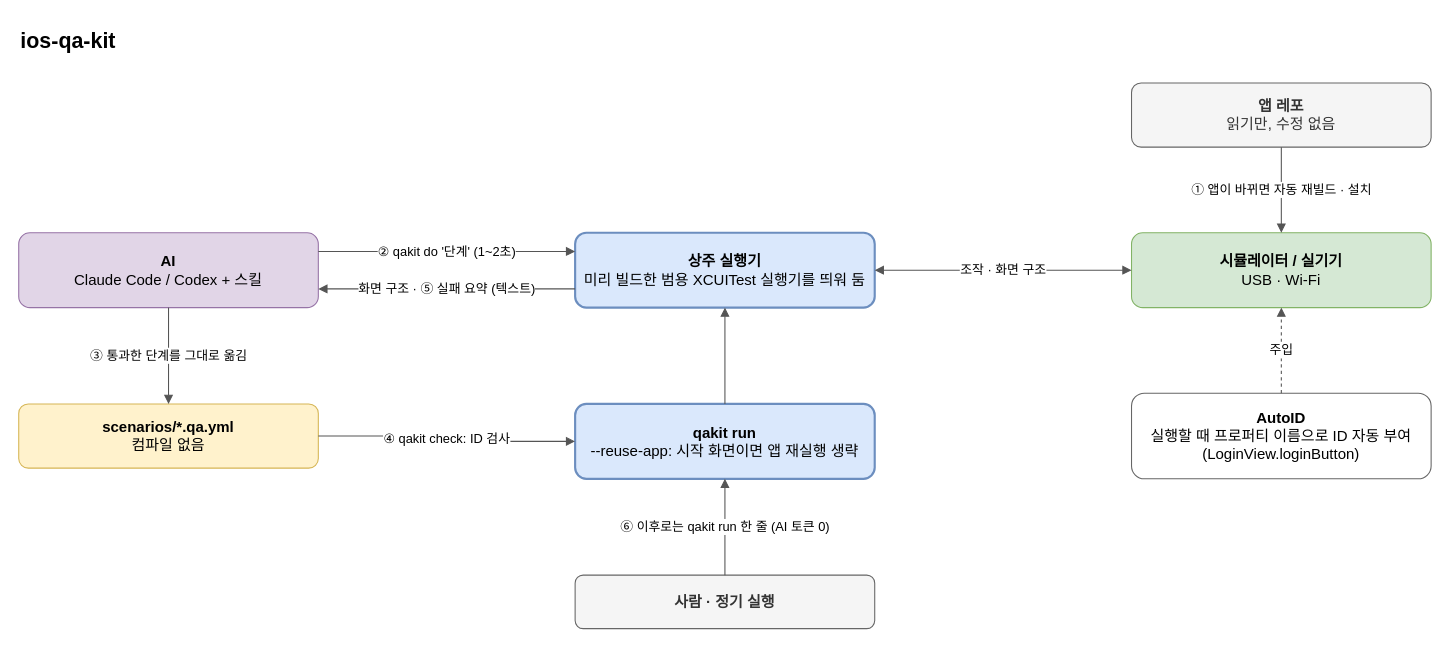
Before: docs/images/architecture-qakit.drawio in indextrown/ios-qa-kit, a draw.io diagram. Source tidied: cells renumbered, new cells numbered last; positions are measured from the earlier drawing's top-left corner, leaving out a move shared by most shapes. Both pictures are drawn from the tidied source at 107%, with x=0, y=0 at pixel (18, 18).
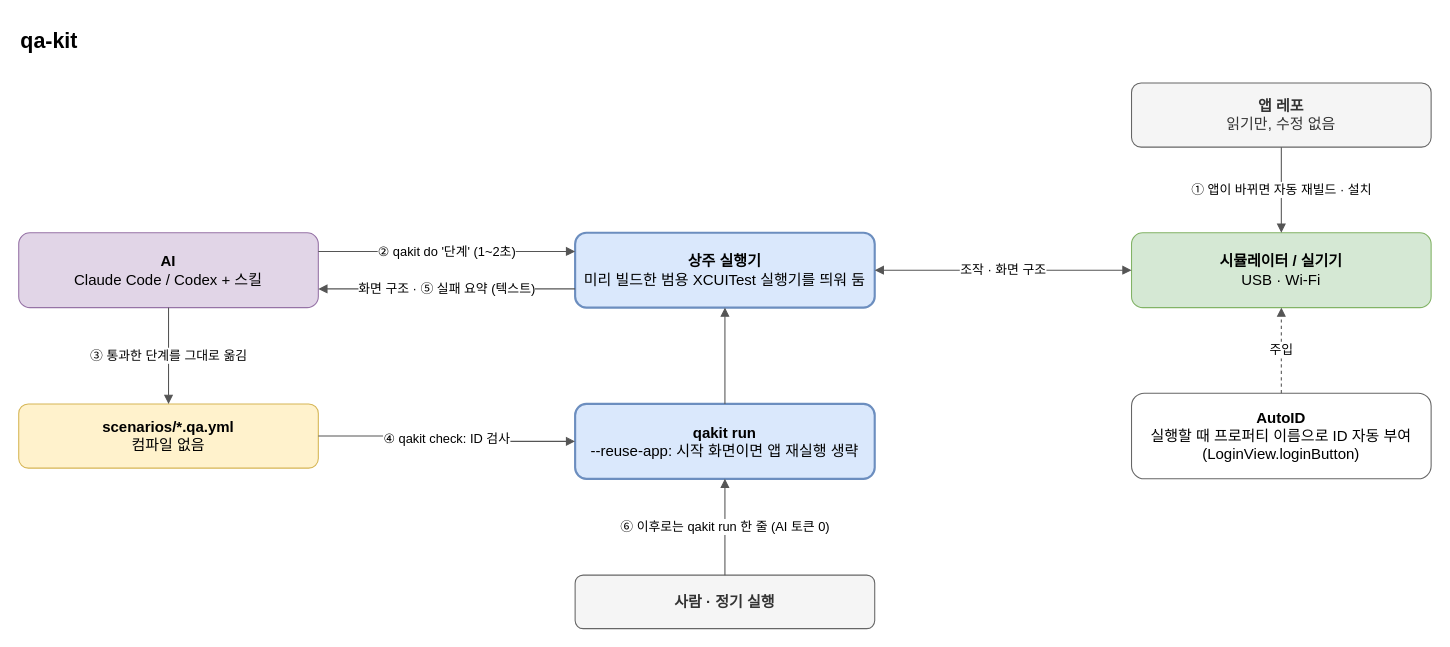
Above is the later version.

The edit, as a diff of the source:
```diff
@@
 <mxGraphModel background="#ffffff">
   <root>
     <mxCell id="0" />
     <mxCell id="1" parent="0" />
-    <mxCell id="2" value="ios-qa-kit" style="text;html=1;align=left;verticalAlign=middle;fontStyle=1;fontSize=20;fontFamily=Apple SD Gothic Neo;" parent="1" vertex="1">
+    <mxCell id="2" value="qa-kit" style="text;html=1;align=left;verticalAlign=middle;fontStyle=1;fontSize=20;fontFamily=Apple SD Gothic Neo;" parent="1" vertex="1">
       <mxGeometry width="400" height="40" as="geometry" />
     </mxCell>
     <mxCell id="3" value="&lt;b&gt;앱 레포&lt;/b&gt;&lt;br&gt;읽기만, 수정 없음" style="rounded=1;whiteSpace=wrap;html=1;fillColor=#f5f5f5;strokeColor=#666666;fontColor=#333333;fontFamily=Apple SD Gothic Neo;fontSize=14;" parent="1" vertex="1">
       <mxGeometry x="1040" y="60" width="280" height="60" as="geometry" />
     </mxCell>
     <mxCell id="4" value="&lt;b&gt;시뮬레이터 / 실기기&lt;/b&gt;&lt;br&gt;USB · Wi-Fi" style="rounded=1;whiteSpace=wrap;html=1;fillColor=#d5e8d4;strokeColor=#82b366;fontFamily=Apple SD Gothic Neo;fontSize=14;" parent="1" vertex="1">
       <mxGeometry x="1040" y="200" width="280" height="70" as="geometry" />
     </mxCell>
     <mxCell id="5" value="&lt;b&gt;AutoID&lt;/b&gt;&lt;br&gt;실행할 때 프로퍼티 이름으로 ID 자동 부여&lt;br&gt;(LoginView.loginButton)" style="rounded=1;whiteSpace=wrap;html=1;fillColor=#ffffff;strokeColor=#666666;fontFamily=Apple SD Gothic Neo;fontSize=14;" parent="1" vertex="1">
       <mxGeometry x="1040" y="350" width="280" height="80" as="geometry" />
     </mxCell>
     <mxCell id="6" value="&lt;b&gt;상주 실행기&lt;/b&gt;&lt;br&gt;미리 빌드한 범용 XCUITest 실행기를 띄워 둠" style="rounded=1;whiteSpace=wrap;html=1;fillColor=#dae8fc;strokeColor=#6c8ebf;strokeWidth=2;fontFamily=Apple SD Gothic Neo;fontSize=14;" parent="1" vertex="1">
       <mxGeometry x="520" y="200" width="280" height="70" as="geometry" />
     </mxCell>
     <mxCell id="7" value="&lt;b&gt;AI&lt;/b&gt;&lt;br&gt;Claude Code / Codex + 스킬" style="rounded=1;whiteSpace=wrap;html=1;fillColor=#e1d5e7;strokeColor=#9673a6;fontFamily=Apple SD Gothic Neo;fontSize=14;" parent="1" vertex="1">
       <mxGeometry y="200" width="280" height="70" as="geometry" />
     </mxCell>
     <mxCell id="8" value="&lt;b&gt;scenarios/*.qa.yml&lt;/b&gt;&lt;br&gt;컴파일 없음" style="rounded=1;whiteSpace=wrap;html=1;fillColor=#fff2cc;strokeColor=#d6b656;fontFamily=Apple SD Gothic Neo;fontSize=14;" parent="1" vertex="1">
       <mxGeometry y="360" width="280" height="60" as="geometry" />
     </mxCell>
     <mxCell id="9" value="&lt;b&gt;qakit run&lt;/b&gt;&lt;br&gt;--reuse-app: 시작 화면이면 앱 재실행 생략" style="rounded=1;whiteSpace=wrap;html=1;fillColor=#dae8fc;strokeColor=#6c8ebf;strokeWidth=2;fontFamily=Apple SD Gothic Neo;fontSize=14;" parent="1" vertex="1">
       <mxGeometry x="520" y="360" width="280" height="70" as="geometry" />
     </mxCell>
     <mxCell id="10" value="&lt;b&gt;사람 · 정기 실행&lt;/b&gt;" style="rounded=1;whiteSpace=wrap;html=1;fillColor=#f5f5f5;strokeColor=#666666;fontColor=#333333;fontFamily=Apple SD Gothic Neo;fontSize=14;" parent="1" vertex="1">
       <mxGeometry x="520" y="520" width="280" height="50" as="geometry" />
     </mxCell>
     <mxCell id="11" value="① 앱이 바뀌면 자동 재빌드 · 설치" style="edgeStyle=orthogonalEdgeStyle;rounded=1;html=1;endArrow=block;endFill=1;strokeColor=#555555;fontSize=12;labelBackgroundColor=#ffffff;fontFamily=Apple SD Gothic Neo;" parent="1" edge="1" source="3" target="4">
       <mxGeometry relative="1" as="geometry" />
     </mxCell>
     <mxCell id="12" value="주입" style="edgeStyle=orthogonalEdgeStyle;rounded=1;html=1;endArrow=block;endFill=1;strokeColor=#555555;fontSize=12;labelBackgroundColor=#ffffff;fontFamily=Apple SD Gothic Neo;dashed=1;" parent="1" edge="1" source="5" target="4">
       <mxGeometry relative="1" as="geometry" />
     </mxCell>
     <mxCell id="13" value="조작 · 화면 구조" style="edgeStyle=orthogonalEdgeStyle;rounded=1;html=1;endArrow=block;endFill=1;strokeColor=#555555;fontSize=12;labelBackgroundColor=#ffffff;fontFamily=Apple SD Gothic Neo;startArrow=block;startFill=1;" parent="1" edge="1" source="6" target="4">
       <mxGeometry relative="1" as="geometry" />
     </mxCell>
     <mxCell id="14" value="② qakit do '단계' (1~2초)" style="edgeStyle=orthogonalEdgeStyle;rounded=1;html=1;endArrow=block;endFill=1;strokeColor=#555555;fontSize=12;labelBackgroundColor=#ffffff;fontFamily=Apple SD Gothic Neo;exitX=1;exitY=0.25;entryX=0;entryY=0.25;" parent="1" edge="1" source="7" target="6">
       <mxGeometry relative="1" as="geometry" />
     </mxCell>
     <mxCell id="15" value="화면 구조 · ⑤ 실패 요약 (텍스트)" style="edgeStyle=orthogonalEdgeStyle;rounded=1;html=1;endArrow=block;endFill=1;strokeColor=#555555;fontSize=12;labelBackgroundColor=#ffffff;fontFamily=Apple SD Gothic Neo;exitX=0;exitY=0.75;entryX=1;entryY=0.75;" parent="1" edge="1" source="6" target="7">
       <mxGeometry relative="1" as="geometry" />
     </mxCell>
     <mxCell id="16" value="③ 통과한 단계를 그대로 옮김" style="edgeStyle=orthogonalEdgeStyle;rounded=1;html=1;endArrow=block;endFill=1;strokeColor=#555555;fontSize=12;labelBackgroundColor=#ffffff;fontFamily=Apple SD Gothic Neo;" parent="1" edge="1" source="7" target="8">
       <mxGeometry relative="1" as="geometry" />
     </mxCell>
     <mxCell id="17" value="④ qakit check: ID 검사" style="edgeStyle=orthogonalEdgeStyle;rounded=1;html=1;endArrow=block;endFill=1;strokeColor=#555555;fontSize=12;labelBackgroundColor=#ffffff;fontFamily=Apple SD Gothic Neo;" parent="1" edge="1" source="8" target="9">
       <mxGeometry relative="1" as="geometry" />
     </mxCell>
     <mxCell id="18" style="edgeStyle=orthogonalEdgeStyle;rounded=1;html=1;endArrow=block;endFill=1;strokeColor=#555555;fontSize=12;labelBackgroundColor=#ffffff;fontFamily=Apple SD Gothic Neo;" parent="1" edge="1" source="9" target="6">
       <mxGeometry relative="1" as="geometry" />
     </mxCell>
     <mxCell id="19" value="⑥ 이후로는 qakit run 한 줄 (AI 토큰 0)" style="edgeStyle=orthogonalEdgeStyle;rounded=1;html=1;endArrow=block;endFill=1;strokeColor=#555555;fontSize=12;labelBackgroundColor=#ffffff;fontFamily=Apple SD Gothic Neo;" parent="1" edge="1" source="10" target="9">
       <mxGeometry relative="1" as="geometry" />
     </mxCell>
   </root>
 </mxGraphModel>
```
